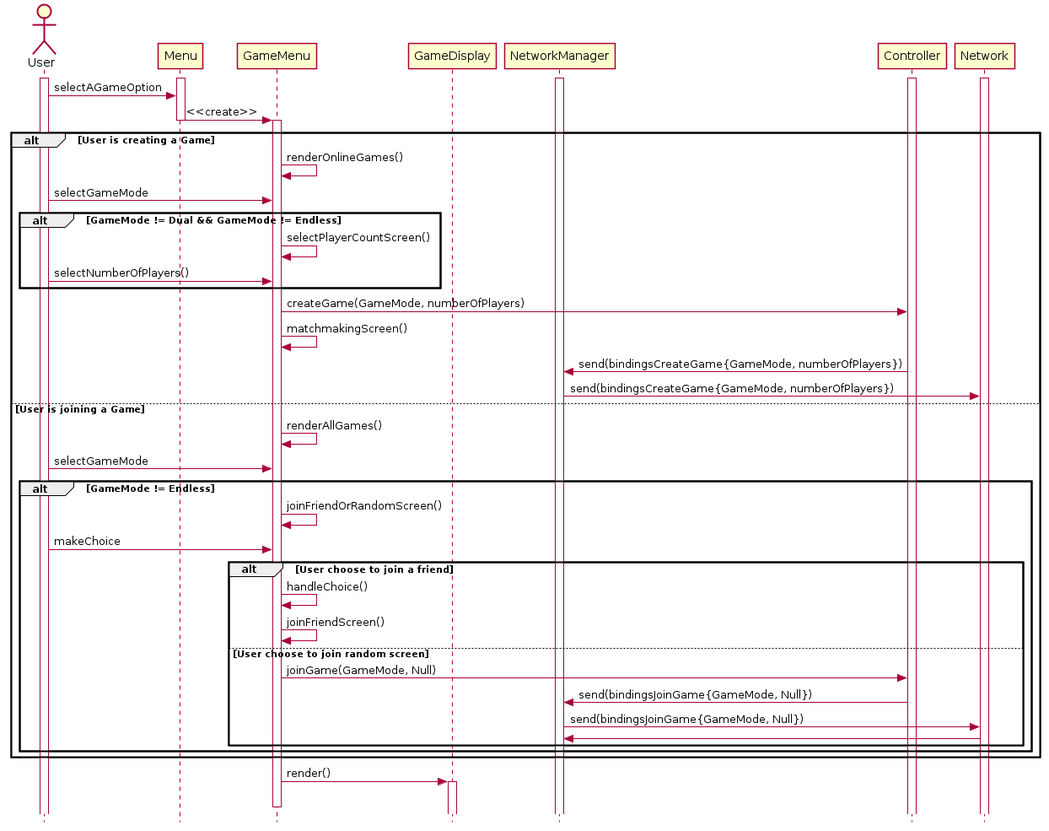
The PlantUML diagram res/uml/sequence/MatchMakingClientSequence.png in ulb-info2-group5/Royal-Blocks, before a commit. Its source is kept beside it as doc/uml/sequence/MatchMakingClientSequence.plantuml.
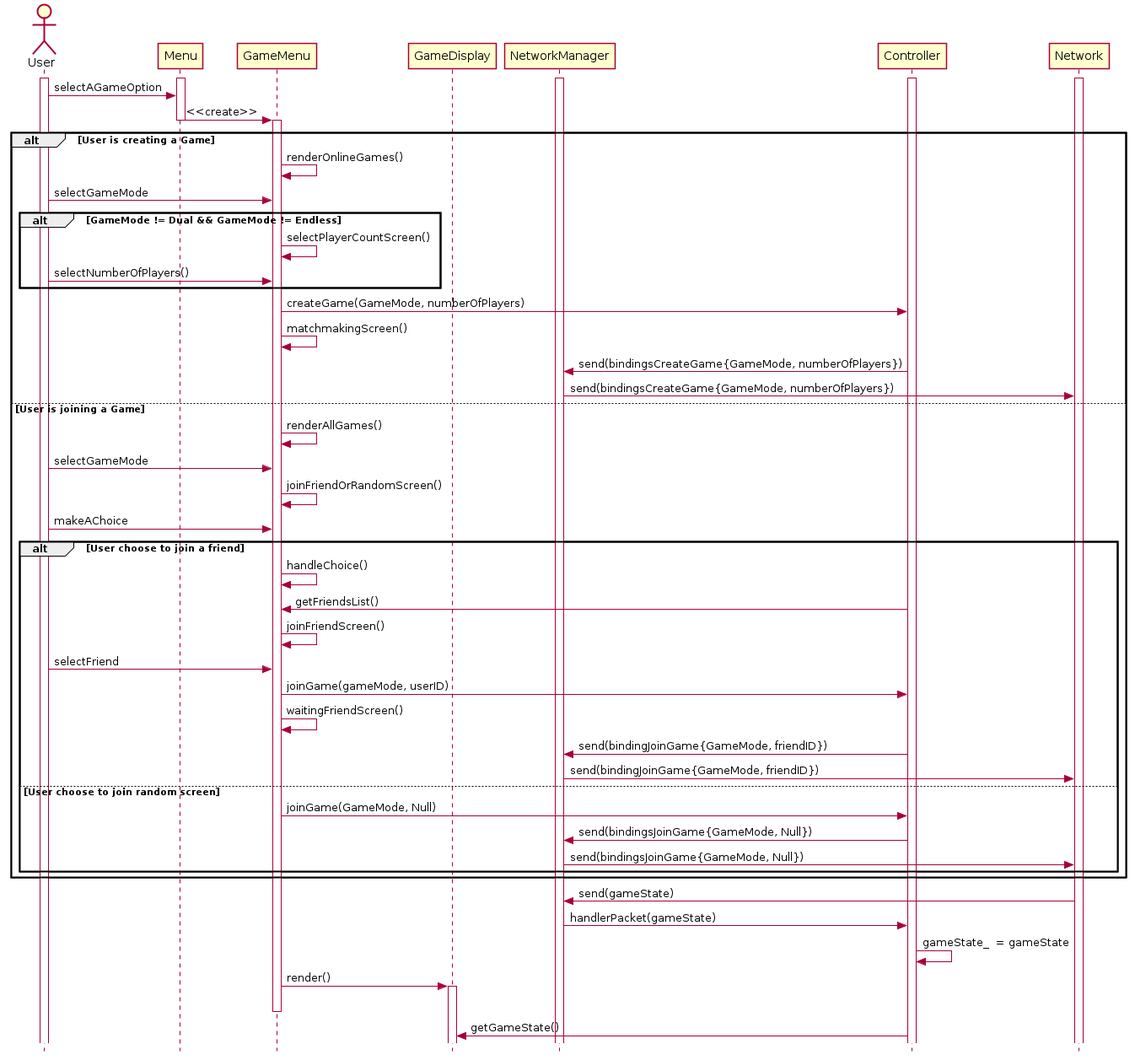
After the commit.

Change to the diagram source:
```diff
@@ -20,6 +20,7 @@
 Menu -> GameMenu : <<create>>
 deactivate Menu
 activate GameMenu
+
 alt User is creating a Game
     GameMenu -> GameMenu : renderOnlineGames()
     User -> GameMenu : selectGameMode
@@ -34,22 +35,30 @@
 else User is joining a Game
     GameMenu -> GameMenu : renderAllGames()
     User -> GameMenu : selectGameMode
-    alt GameMode != Endless
-        GameMenu -> GameMenu : joinFriendOrRandomScreen()
-        User -> GameMenu : makeChoice
+    GameMenu -> GameMenu : joinFriendOrRandomScreen()
+    User -> GameMenu : makeAChoice
         alt User choose to join a friend
             GameMenu -> GameMenu : handleChoice()
+
+            Controller -> GameMenu : getFriendsList()
             GameMenu -> GameMenu : joinFriendScreen()
+            User -> GameMenu : selectFriend
+            GameMenu -> Controller : joinGame(gameMode, userID)
+            GameMenu -> GameMenu : waitingFriendScreen()
+            Controller -> NetworkManager : send(bindingJoinGame{GameMode, friendID})
+            NetworkManager -> Network : send(bindingJoinGame{GameMode, friendID})
         else User choose to join random screen
             GameMenu -> Controller : joinGame(GameMode, Null)
             Controller -> NetworkManager : send(bindingsJoinGame{GameMode, Null})
             NetworkManager -> Network : send(bindingsJoinGame{GameMode, Null})
-            Network -> NetworkManager :
         end
-    end
 end
+Network -> NetworkManager : send(gameState)
+NetworkManager -> Controller : handlerPacket(gameState)
+Controller -> Controller : gameState_  = gameState
 
 GameMenu -> GameDisplay : render()
 activate GameDisplay
 deactivate GameMenu
+Controller -> GameDisplay : getGameState()
 @enduml
```
